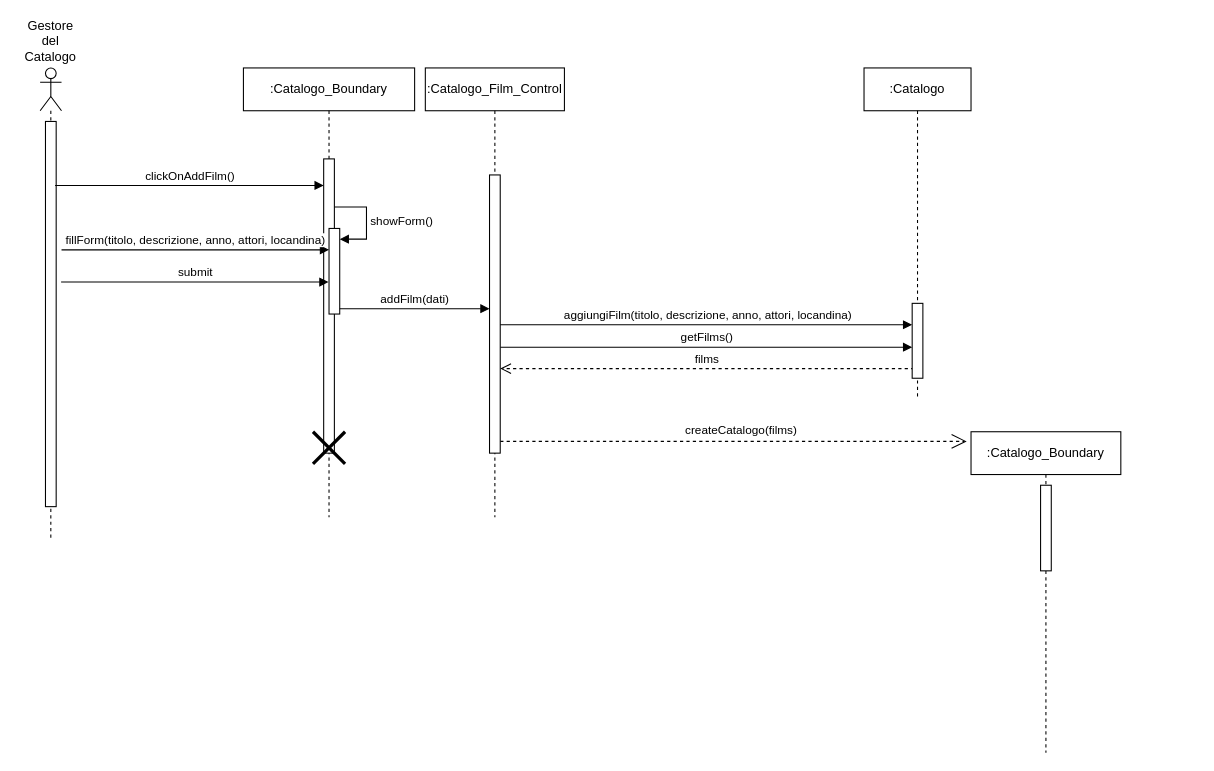
Before: New Diagrams/Sequence Diagrams/UC20- Aggiunta di un film al catalogo.drawio in superfra01/Rated, a draw.io diagram. Source tidied: cells renumbered, new cells numbered last; positions are measured from the earlier drawing's top-left corner, leaving out a move shared by most shapes. Both pictures are drawn from the tidied source at 107%, with x=0, y=0 at pixel (18, 25).
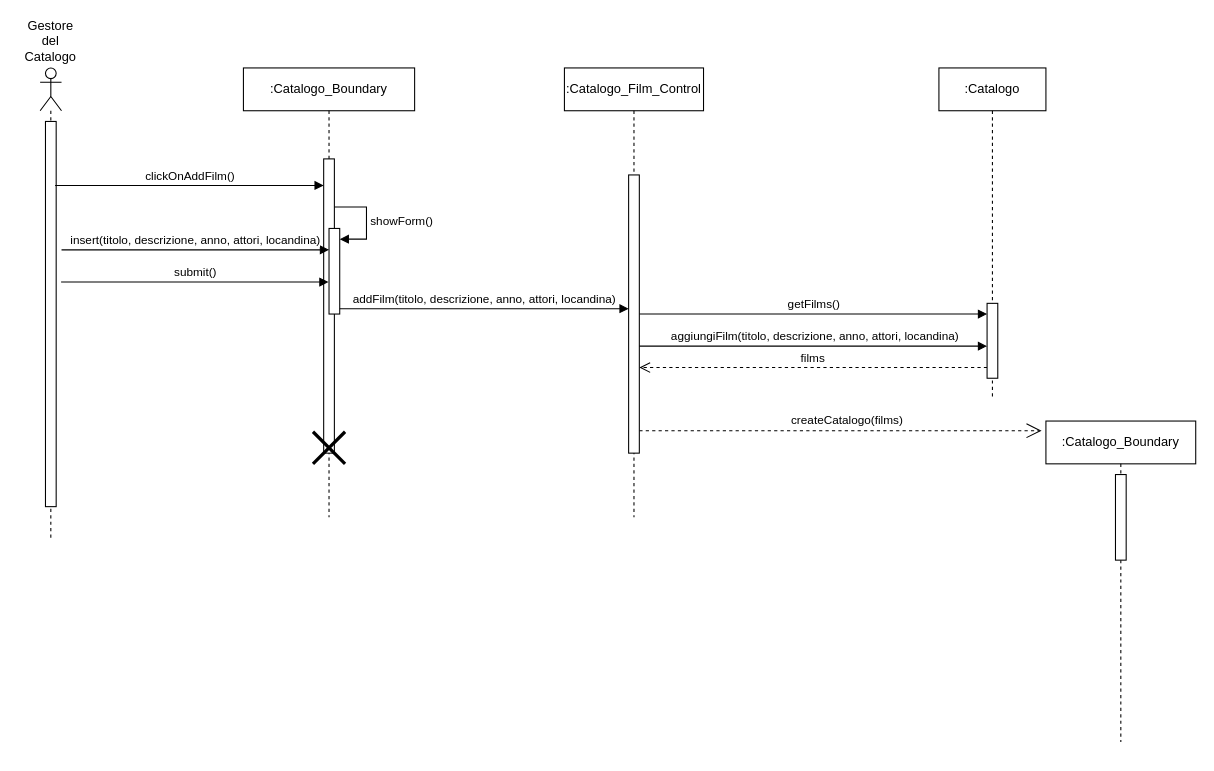
Above is the later version.

Unchanged cells that the change refers to:
```xml
<mxCell id="8" style="html=1;points=[[0,0,0,0,5],[0,1,0,0,-5],[1,0,0,0,5],[1,1,0,0,-5]];perimeter=orthogonalPerimeter;outlineConnect=0;targetShapes=umlLifeline;portConstraint=eastwest;newEdgeStyle={&quot;curved&quot;:0,&quot;rounded&quot;:0};" parent="7" vertex="1">
  <mxGeometry x="5" y="50" width="10" height="360" as="geometry" />
</mxCell>
<mxCell id="11" value=":Catalogo_Boundary" style="shape=umlLifeline;perimeter=lifelinePerimeter;whiteSpace=wrap;html=1;outlineConnect=0;portConstraint=eastwest;newEdgeStyle={&quot;curved&quot;:0,&quot;rounded&quot;:0};" parent="1" vertex="1">
  <mxGeometry x="210" y="40" width="160" height="420" as="geometry" />
</mxCell>
<mxCell id="13" style="html=1;points=[[0,0,0,0,5],[0,1,0,0,-5],[1,0,0,0,5],[1,1,0,0,-5]];perimeter=orthogonalPerimeter;outlineConnect=0;targetShapes=umlLifeline;portConstraint=eastwest;newEdgeStyle={&quot;curved&quot;:0,&quot;rounded&quot;:0};" parent="11" vertex="1">
  <mxGeometry x="80" y="150" width="10" height="80" as="geometry" />
</mxCell>
<mxCell id="17" style="html=1;points=[[0,0,0,0,5],[0,1,0,0,-5],[1,0,0,0,5],[1,1,0,0,-5]];perimeter=orthogonalPerimeter;outlineConnect=0;targetShapes=umlLifeline;portConstraint=eastwest;newEdgeStyle={&quot;curved&quot;:0,&quot;rounded&quot;:0};" parent="16" vertex="1">
  <mxGeometry x="60" y="100" width="10" height="260" as="geometry" />
</mxCell>
<mxCell id="19" style="html=1;points=[[0,0,0,0,5],[0,1,0,0,-5],[1,0,0,0,5],[1,1,0,0,-5]];perimeter=orthogonalPerimeter;outlineConnect=0;targetShapes=umlLifeline;portConstraint=eastwest;newEdgeStyle={&quot;curved&quot;:0,&quot;rounded&quot;:0};" parent="18" vertex="1">
  <mxGeometry x="45" y="220" width="10" height="70" as="geometry" />
</mxCell>
```

Diff of the diagram source:
```diff
@@
     <mxCell id="2" value="films" style="html=1;verticalAlign=bottom;endArrow=open;dashed=1;endSize=8;curved=0;rounded=0;" parent="1" edge="1">
       <mxGeometry relative="1" as="geometry">
-        <mxPoint x="837" y="321" as="sourcePoint" />
-        <mxPoint x="450" y="321" as="targetPoint" />
+        <mxPoint x="905" y="320" as="sourcePoint" />
+        <mxPoint x="580" y="320" as="targetPoint" />
+        <Array as="points">
+          <mxPoint x="880" y="320" />
+        </Array>
       </mxGeometry>
     </mxCell>
     <mxCell id="3" value=":Catalogo_Boundary" style="shape=umlLifeline;perimeter=lifelinePerimeter;whiteSpace=wrap;html=1;outlineConnect=0;portConstraint=eastwest;newEdgeStyle={&quot;curved&quot;:0,&quot;rounded&quot;:0};" parent="1" vertex="1">
-      <mxGeometry x="890" y="380" width="140" height="300" as="geometry" />
+      <mxGeometry x="960" y="370" width="140" height="300" as="geometry" />
     </mxCell>
@@
-    <mxCell id="6" value="getFilms()" style="html=1;verticalAlign=bottom;endArrow=block;curved=0;rounded=0;" parent="1" edge="1" target="19">
-      <mxGeometry relative="1" as="geometry">
-        <mxPoint x="450" y="301" as="sourcePoint" />
-      </mxGeometry>
+    <mxCell id="6" value="getFilms()" style="html=1;verticalAlign=bottom;endArrow=block;curved=0;rounded=0;" parent="1" edge="1" source="17" target="19">
+      <mxGeometry relative="1" as="geometry" />
     </mxCell>
@@
     <mxCell id="16" value=":Catalogo_Film_Control" style="shape=umlLifeline;perimeter=lifelinePerimeter;whiteSpace=wrap;html=1;newEdgeStyle={&quot;curved&quot;:0,&quot;rounded&quot;:0};" parent="1" vertex="1">
-      <mxGeometry x="380" y="40" width="130" height="420" as="geometry" />
+      <mxGeometry x="510" y="40" width="130" height="420" as="geometry" />
     </mxCell>
@@
     <mxCell id="18" value=":Catalogo" style="shape=umlLifeline;perimeter=lifelinePerimeter;whiteSpace=wrap;html=1;newEdgeStyle={&quot;curved&quot;:0,&quot;rounded&quot;:0};" parent="1" vertex="1">
-      <mxGeometry x="790" y="40" width="100" height="310" as="geometry" />
+      <mxGeometry x="860" y="40" width="100" height="310" as="geometry" />
     </mxCell>
@@
-    <mxCell id="20" value="fillForm(titolo, descrizione, anno, attori, locandina)" style="html=1;verticalAlign=bottom;endArrow=block;curved=0;rounded=0;" parent="1" edge="1" target="13">
+    <mxCell id="20" value="insert(titolo, descrizione, anno, attori, locandina)" style="html=1;verticalAlign=bottom;endArrow=block;curved=0;rounded=0;" parent="1" edge="1" target="13">
       <mxGeometry relative="1" as="geometry">
         <mxPoint x="40" y="210" as="sourcePoint" />
       </mxGeometry>
     </mxCell>
-    <mxCell id="21" value="submit" style="html=1;verticalAlign=bottom;endArrow=block;curved=0;rounded=0;exitX=1.46;exitY=0.417;exitDx=0;exitDy=0;exitPerimeter=0;" parent="1" edge="1" source="8" target="11">
+    <mxCell id="21" value="submit()" style="html=1;verticalAlign=bottom;endArrow=block;curved=0;rounded=0;exitX=1.46;exitY=0.417;exitDx=0;exitDy=0;exitPerimeter=0;" parent="1" edge="1" source="8" target="11">
       <mxGeometry relative="1" as="geometry" />
     </mxCell>
-    <mxCell id="22" value="addFilm(dati)" style="html=1;verticalAlign=bottom;endArrow=block;curved=0;rounded=0;exitX=1;exitY=1;exitDx=0;exitDy=-5;exitPerimeter=0;" parent="1" edge="1" source="13" target="17">
+    <mxCell id="22" value="addFilm(titolo, descrizione, anno, attori, locandina)" style="html=1;verticalAlign=bottom;endArrow=block;curved=0;rounded=0;exitX=1;exitY=1;exitDx=0;exitDy=-5;exitPerimeter=0;" parent="1" edge="1" source="13" target="17">
       <mxGeometry relative="1" as="geometry" />
     </mxCell>
-    <mxCell id="23" value="aggiungiFilm(titolo, descrizione, anno, attori, locandina)" style="html=1;verticalAlign=bottom;endArrow=block;curved=0;rounded=0;" parent="1" edge="1" target="19">
+    <mxCell id="23" value="aggiungiFilm(titolo, descrizione, anno, attori, locandina)" style="html=1;verticalAlign=bottom;endArrow=block;curved=0;rounded=0;" parent="1" edge="1">
       <mxGeometry x="0.01" relative="1" as="geometry">
-        <mxPoint x="450" y="280" as="sourcePoint" />
+        <mxPoint x="580" y="300" as="sourcePoint" />
+        <mxPoint x="905" y="300" as="targetPoint" />
+        <Array as="points">
+          <mxPoint x="620" y="300" />
+        </Array>
       </mxGeometry>
     </mxCell>
```
